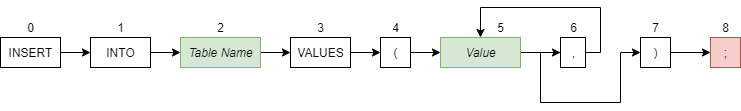
This is src/files/assets/helpscreen/InsertDiagram.png from DeliciousWaffle/MastersProject, a draw.io export, as it was before one commit. Source tidied: cells renumbered, new cells last; positions are measured from the earlier drawing's top-left corner, leaving out a move shared by most shapes. Its diagram source:
```xml
<mxGraphModel>
  <root>
    <mxCell id="0" />
    <mxCell id="1" parent="0" />
    <mxCell id="2" style="edgeStyle=orthogonalEdgeStyle;rounded=0;jettySize=auto;html=1;exitX=1;exitY=0.5;exitDx=0;exitDy=0;entryX=0;entryY=0.5;entryDx=0;entryDy=0;" parent="1" edge="1" source="3" target="6">
      <mxGeometry relative="1" as="geometry" />
    </mxCell>
    <mxCell id="3" value="INSERT" style="html=1;" parent="1" vertex="1">
      <mxGeometry y="30" width="60" height="30" as="geometry" />
    </mxCell>
    <mxCell id="4" value="0" style="text;html=1;align=center;verticalAlign=middle;" parent="1" vertex="1">
      <mxGeometry x="20" y="10" width="20" height="20" as="geometry" />
    </mxCell>
    <mxCell id="5" style="edgeStyle=orthogonalEdgeStyle;rounded=0;jettySize=auto;html=1;exitX=1;exitY=0.5;exitDx=0;exitDy=0;entryX=0;entryY=0.5;entryDx=0;entryDy=0;" parent="1" edge="1" source="6" target="9">
      <mxGeometry relative="1" as="geometry" />
    </mxCell>
    <mxCell id="6" value="INTO" style="html=1;" parent="1" vertex="1">
      <mxGeometry x="90" y="30" width="60" height="30" as="geometry" />
    </mxCell>
    <mxCell id="7" value="1" style="text;html=1;align=center;verticalAlign=middle;" parent="1" vertex="1">
      <mxGeometry x="110" y="10" width="20" height="20" as="geometry" />
    </mxCell>
    <mxCell id="8" style="edgeStyle=orthogonalEdgeStyle;rounded=0;jettySize=auto;html=1;exitX=1;exitY=0.5;exitDx=0;exitDy=0;entryX=0;entryY=0.5;entryDx=0;entryDy=0;" parent="1" edge="1" source="9" target="12">
      <mxGeometry relative="1" as="geometry" />
    </mxCell>
    <mxCell id="9" value="&lt;i&gt;Table Name&lt;/i&gt;" style="html=1;fillColor=#d5e8d4;strokeColor=#82b366;" parent="1" vertex="1">
      <mxGeometry x="180" y="30" width="80" height="30" as="geometry" />
    </mxCell>
    <mxCell id="10" value="2" style="text;html=1;align=center;verticalAlign=middle;" parent="1" vertex="1">
      <mxGeometry x="210" y="10" width="20" height="20" as="geometry" />
    </mxCell>
    <mxCell id="11" style="edgeStyle=orthogonalEdgeStyle;rounded=0;jettySize=auto;html=1;exitX=1;exitY=0.5;exitDx=0;exitDy=0;entryX=0;entryY=0.5;entryDx=0;entryDy=0;" parent="1" edge="1" source="12" target="15">
      <mxGeometry relative="1" as="geometry" />
    </mxCell>
    <mxCell id="12" value="VALUES" style="html=1;" parent="1" vertex="1">
      <mxGeometry x="290" y="30" width="60" height="30" as="geometry" />
    </mxCell>
    <mxCell id="13" value="3" style="text;html=1;align=center;verticalAlign=middle;" parent="1" vertex="1">
      <mxGeometry x="310" y="10" width="20" height="20" as="geometry" />
    </mxCell>
    <mxCell id="14" style="edgeStyle=orthogonalEdgeStyle;rounded=0;jettySize=auto;html=1;exitX=1;exitY=0.5;exitDx=0;exitDy=0;entryX=0;entryY=0.5;entryDx=0;entryDy=0;" parent="1" edge="1" source="15" target="18">
      <mxGeometry relative="1" as="geometry" />
    </mxCell>
    <mxCell id="15" value="(" style="html=1;" parent="1" vertex="1">
      <mxGeometry x="380" y="30" width="30" height="30" as="geometry" />
    </mxCell>
    <mxCell id="16" value="4" style="text;html=1;align=center;verticalAlign=middle;" parent="1" vertex="1">
      <mxGeometry x="385" y="10" width="20" height="20" as="geometry" />
    </mxCell>
    <mxCell id="17" style="edgeStyle=orthogonalEdgeStyle;rounded=0;jettySize=auto;html=1;exitX=1;exitY=0.5;exitDx=0;exitDy=0;entryX=0;entryY=0.5;entryDx=0;entryDy=0;" parent="1" edge="1" source="18" target="24">
      <mxGeometry relative="1" as="geometry" />
    </mxCell>
    <mxCell id="18" value="&lt;i&gt;Value&lt;/i&gt;" style="html=1;fillColor=#d5e8d4;strokeColor=#82b366;" parent="1" vertex="1">
      <mxGeometry x="440" y="30" width="80" height="30" as="geometry" />
    </mxCell>
    <mxCell id="19" value="5" style="text;html=1;align=center;verticalAlign=middle;" parent="1" vertex="1">
      <mxGeometry x="490" y="10" width="20" height="20" as="geometry" />
    </mxCell>
    <mxCell id="20" value=";" style="html=1;fillColor=#f8cecc;strokeColor=#b85450;" parent="1" vertex="1">
      <mxGeometry x="710" y="30" width="30" height="30" as="geometry" />
    </mxCell>
    <mxCell id="21" value="8" style="text;html=1;align=center;verticalAlign=middle;" parent="1" vertex="1">
      <mxGeometry x="715" y="10" width="20" height="20" as="geometry" />
    </mxCell>
    <mxCell id="22" style="edgeStyle=orthogonalEdgeStyle;rounded=0;jettySize=auto;html=1;exitX=1;exitY=0.5;exitDx=0;exitDy=0;entryX=0.5;entryY=0;entryDx=0;entryDy=0;" parent="1" edge="1" source="24" target="18">
      <mxGeometry relative="1" as="geometry">
        <Array as="points">
          <mxPoint x="600" y="45" />
          <mxPoint x="600" />
          <mxPoint x="480" />
        </Array>
      </mxGeometry>
    </mxCell>
    <mxCell id="23" style="edgeStyle=orthogonalEdgeStyle;rounded=0;jettySize=auto;html=1;exitX=1;exitY=0.5;exitDx=0;exitDy=0;entryX=0;entryY=0.5;entryDx=0;entryDy=0;" parent="1" edge="1" source="24" target="27">
      <mxGeometry relative="1" as="geometry">
        <Array as="points">
          <mxPoint x="540" y="45" />
          <mxPoint x="540" y="95" />
          <mxPoint x="620" y="95" />
          <mxPoint x="620" y="45" />
        </Array>
      </mxGeometry>
    </mxCell>
    <mxCell id="24" value="," style="html=1;" parent="1" vertex="1">
      <mxGeometry x="560" y="30" width="25" height="30" as="geometry" />
    </mxCell>
    <mxCell id="25" value="6" style="text;html=1;align=center;verticalAlign=middle;" parent="1" vertex="1">
      <mxGeometry x="562.5" y="10" width="20" height="20" as="geometry" />
    </mxCell>
    <mxCell id="26" style="edgeStyle=orthogonalEdgeStyle;rounded=0;jettySize=auto;html=1;exitX=1;exitY=0.5;exitDx=0;exitDy=0;entryX=0;entryY=0.5;entryDx=0;entryDy=0;" parent="1" edge="1" source="27" target="20">
      <mxGeometry relative="1" as="geometry" />
    </mxCell>
    <mxCell id="27" value=")" style="html=1;" parent="1" vertex="1">
      <mxGeometry x="640" y="30" width="30" height="30" as="geometry" />
    </mxCell>
    <mxCell id="28" value="7" style="text;html=1;align=center;verticalAlign=middle;" parent="1" vertex="1">
      <mxGeometry x="645" y="10" width="20" height="20" as="geometry" />
    </mxCell>
  </root>
</mxGraphModel>
```
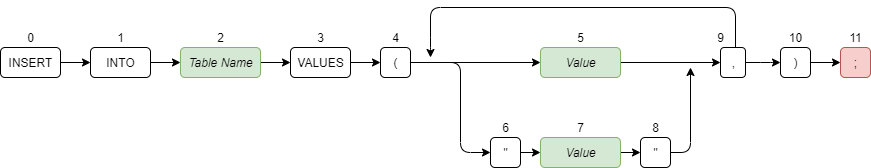
Later version of the same file.

What changed in the source:
```diff
@@ -2,99 +2,139 @@
   <root>
     <mxCell id="0" />
     <mxCell id="1" parent="0" />
-    <mxCell id="2" style="edgeStyle=orthogonalEdgeStyle;rounded=0;jettySize=auto;html=1;exitX=1;exitY=0.5;exitDx=0;exitDy=0;entryX=0;entryY=0.5;entryDx=0;entryDy=0;" parent="1" edge="1" source="3" target="6">
+    <mxCell id="2" style="edgeStyle=orthogonalEdgeStyle;jettySize=auto;html=1;exitX=1;exitY=0.5;exitDx=0;exitDy=0;entryX=0;entryY=0.5;entryDx=0;entryDy=0;" parent="1" edge="1" source="3" target="6">
       <mxGeometry relative="1" as="geometry" />
     </mxCell>
-    <mxCell id="3" value="INSERT" style="html=1;" parent="1" vertex="1">
+    <mxCell id="3" value="INSERT" style="html=1;rounded=1;" parent="1" vertex="1">
       <mxGeometry y="30" width="60" height="30" as="geometry" />
     </mxCell>
-    <mxCell id="4" value="0" style="text;html=1;align=center;verticalAlign=middle;" parent="1" vertex="1">
+    <mxCell id="4" value="0" style="text;html=1;align=center;verticalAlign=middle;rounded=1;" parent="1" vertex="1">
       <mxGeometry x="20" y="10" width="20" height="20" as="geometry" />
     </mxCell>
-    <mxCell id="5" style="edgeStyle=orthogonalEdgeStyle;rounded=0;jettySize=auto;html=1;exitX=1;exitY=0.5;exitDx=0;exitDy=0;entryX=0;entryY=0.5;entryDx=0;entryDy=0;" parent="1" edge="1" source="6" target="9">
+    <mxCell id="5" style="edgeStyle=orthogonalEdgeStyle;jettySize=auto;html=1;exitX=1;exitY=0.5;exitDx=0;exitDy=0;entryX=0;entryY=0.5;entryDx=0;entryDy=0;" parent="1" edge="1" source="6" target="9">
       <mxGeometry relative="1" as="geometry" />
     </mxCell>
-    <mxCell id="6" value="INTO" style="html=1;" parent="1" vertex="1">
+    <mxCell id="6" value="INTO" style="html=1;rounded=1;" parent="1" vertex="1">
       <mxGeometry x="90" y="30" width="60" height="30" as="geometry" />
     </mxCell>
-    <mxCell id="7" value="1" style="text;html=1;align=center;verticalAlign=middle;" parent="1" vertex="1">
+    <mxCell id="7" value="1" style="text;html=1;align=center;verticalAlign=middle;rounded=1;" parent="1" vertex="1">
       <mxGeometry x="110" y="10" width="20" height="20" as="geometry" />
     </mxCell>
-    <mxCell id="8" style="edgeStyle=orthogonalEdgeStyle;rounded=0;jettySize=auto;html=1;exitX=1;exitY=0.5;exitDx=0;exitDy=0;entryX=0;entryY=0.5;entryDx=0;entryDy=0;" parent="1" edge="1" source="9" target="12">
+    <mxCell id="8" style="edgeStyle=orthogonalEdgeStyle;jettySize=auto;html=1;exitX=1;exitY=0.5;exitDx=0;exitDy=0;entryX=0;entryY=0.5;entryDx=0;entryDy=0;" parent="1" edge="1" source="9" target="12">
       <mxGeometry relative="1" as="geometry" />
     </mxCell>
-    <mxCell id="9" value="&lt;i&gt;Table Name&lt;/i&gt;" style="html=1;fillColor=#d5e8d4;strokeColor=#82b366;" parent="1" vertex="1">
+    <mxCell id="9" value="&lt;i&gt;Table Name&lt;/i&gt;" style="html=1;fillColor=#d5e8d4;strokeColor=#82b366;rounded=1;" parent="1" vertex="1">
       <mxGeometry x="180" y="30" width="80" height="30" as="geometry" />
     </mxCell>
-    <mxCell id="10" value="2" style="text;html=1;align=center;verticalAlign=middle;" parent="1" vertex="1">
+    <mxCell id="10" value="2" style="text;html=1;align=center;verticalAlign=middle;rounded=1;" parent="1" vertex="1">
       <mxGeometry x="210" y="10" width="20" height="20" as="geometry" />
     </mxCell>
-    <mxCell id="11" style="edgeStyle=orthogonalEdgeStyle;rounded=0;jettySize=auto;html=1;exitX=1;exitY=0.5;exitDx=0;exitDy=0;entryX=0;entryY=0.5;entryDx=0;entryDy=0;" parent="1" edge="1" source="12" target="15">
+    <mxCell id="11" style="edgeStyle=orthogonalEdgeStyle;jettySize=auto;html=1;exitX=1;exitY=0.5;exitDx=0;exitDy=0;entryX=0;entryY=0.5;entryDx=0;entryDy=0;" parent="1" edge="1" source="12" target="15">
       <mxGeometry relative="1" as="geometry" />
     </mxCell>
-    <mxCell id="12" value="VALUES" style="html=1;" parent="1" vertex="1">
+    <mxCell id="12" value="VALUES" style="html=1;rounded=1;" parent="1" vertex="1">
       <mxGeometry x="290" y="30" width="60" height="30" as="geometry" />
     </mxCell>
-    <mxCell id="13" value="3" style="text;html=1;align=center;verticalAlign=middle;" parent="1" vertex="1">
+    <mxCell id="13" value="3" style="text;html=1;align=center;verticalAlign=middle;rounded=1;" parent="1" vertex="1">
       <mxGeometry x="310" y="10" width="20" height="20" as="geometry" />
     </mxCell>
-    <mxCell id="14" style="edgeStyle=orthogonalEdgeStyle;rounded=0;jettySize=auto;html=1;exitX=1;exitY=0.5;exitDx=0;exitDy=0;entryX=0;entryY=0.5;entryDx=0;entryDy=0;" parent="1" edge="1" source="15" target="18">
+    <mxCell id="14" style="edgeStyle=orthogonalEdgeStyle;jettySize=auto;html=1;exitX=1;exitY=0.5;exitDx=0;exitDy=0;entryX=0;entryY=0.5;entryDx=0;entryDy=0;" parent="1" edge="1" source="15" target="18">
       <mxGeometry relative="1" as="geometry" />
     </mxCell>
+    <mxCell id="29" style="edgeStyle=orthogonalEdgeStyle;rounded=1;jettySize=auto;html=1;exitX=1;exitY=0.5;exitDx=0;exitDy=0;entryX=0;entryY=0.5;entryDx=0;entryDy=0;" parent="1" edge="1" source="15" target="34">
+      <mxGeometry relative="1" as="geometry">
+        <Array as="points">
+          <mxPoint x="460" y="45" />
+        </Array>
+      </mxGeometry>
+    </mxCell>
-    <mxCell id="15" value="(" style="html=1;" parent="1" vertex="1">
+    <mxCell id="15" value="(" style="html=1;rounded=1;" parent="1" vertex="1">
       <mxGeometry x="380" y="30" width="30" height="30" as="geometry" />
     </mxCell>
-    <mxCell id="16" value="4" style="text;html=1;align=center;verticalAlign=middle;" parent="1" vertex="1">
+    <mxCell id="16" value="4" style="text;html=1;align=center;verticalAlign=middle;rounded=1;" parent="1" vertex="1">
       <mxGeometry x="385" y="10" width="20" height="20" as="geometry" />
     </mxCell>
-    <mxCell id="17" style="edgeStyle=orthogonalEdgeStyle;rounded=0;jettySize=auto;html=1;exitX=1;exitY=0.5;exitDx=0;exitDy=0;entryX=0;entryY=0.5;entryDx=0;entryDy=0;" parent="1" edge="1" source="18" target="24">
+    <mxCell id="17" style="edgeStyle=orthogonalEdgeStyle;jettySize=auto;html=1;exitX=1;exitY=0.5;exitDx=0;exitDy=0;entryX=0;entryY=0.5;entryDx=0;entryDy=0;" parent="1" edge="1" source="18" target="24">
       <mxGeometry relative="1" as="geometry" />
     </mxCell>
-    <mxCell id="18" value="&lt;i&gt;Value&lt;/i&gt;" style="html=1;fillColor=#d5e8d4;strokeColor=#82b366;" parent="1" vertex="1">
-      <mxGeometry x="440" y="30" width="80" height="30" as="geometry" />
+    <mxCell id="18" value="&lt;i&gt;Value&lt;/i&gt;" style="html=1;fillColor=#d5e8d4;strokeColor=#82b366;rounded=1;" parent="1" vertex="1">
+      <mxGeometry x="540" y="30" width="80" height="30" as="geometry" />
     </mxCell>
-    <mxCell id="19" value="5" style="text;html=1;align=center;verticalAlign=middle;" parent="1" vertex="1">
-      <mxGeometry x="490" y="10" width="20" height="20" as="geometry" />
+    <mxCell id="19" value="5" style="text;html=1;align=center;verticalAlign=middle;rounded=1;" parent="1" vertex="1">
+      <mxGeometry x="570" y="10" width="20" height="20" as="geometry" />
     </mxCell>
-    <mxCell id="20" value=";" style="html=1;fillColor=#f8cecc;strokeColor=#b85450;" parent="1" vertex="1">
-      <mxGeometry x="710" y="30" width="30" height="30" as="geometry" />
+    <mxCell id="20" value=";" style="html=1;fillColor=#f8cecc;strokeColor=#b85450;rounded=1;" parent="1" vertex="1">
+      <mxGeometry x="840" y="30" width="30" height="30" as="geometry" />
     </mxCell>
-    <mxCell id="21" value="8" style="text;html=1;align=center;verticalAlign=middle;" parent="1" vertex="1">
-      <mxGeometry x="715" y="10" width="20" height="20" as="geometry" />
+    <mxCell id="21" value="8" style="text;html=1;align=center;verticalAlign=middle;rounded=1;" parent="1" vertex="1">
+      <mxGeometry x="645" y="100" width="20" height="20" as="geometry" />
     </mxCell>
-    <mxCell id="22" style="edgeStyle=orthogonalEdgeStyle;rounded=0;jettySize=auto;html=1;exitX=1;exitY=0.5;exitDx=0;exitDy=0;entryX=0.5;entryY=0;entryDx=0;entryDy=0;" parent="1" edge="1" source="24" target="18">
-      <mxGeometry relative="1" as="geometry">
-        <Array as="points">
-          <mxPoint x="600" y="45" />
-          <mxPoint x="600" />
-          <mxPoint x="480" />
-        </Array>
-      </mxGeometry>
-    </mxCell>
-    <mxCell id="23" style="edgeStyle=orthogonalEdgeStyle;rounded=0;jettySize=auto;html=1;exitX=1;exitY=0.5;exitDx=0;exitDy=0;entryX=0;entryY=0.5;entryDx=0;entryDy=0;" parent="1" edge="1" source="24" target="27">
+    <mxCell id="23" style="edgeStyle=orthogonalEdgeStyle;jettySize=auto;html=1;exitX=1;exitY=0.5;exitDx=0;exitDy=0;entryX=0;entryY=0.5;entryDx=0;entryDy=0;" parent="1" edge="1" source="24" target="27">
       <mxGeometry relative="1" as="geometry">
         <Array as="points">
-          <mxPoint x="540" y="45" />
-          <mxPoint x="540" y="95" />
-          <mxPoint x="620" y="95" />
-          <mxPoint x="620" y="45" />
+          <mxPoint x="770" y="45" />
+          <mxPoint x="770" y="45" />
         </Array>
       </mxGeometry>
     </mxCell>
+    <mxCell id="30" style="edgeStyle=orthogonalEdgeStyle;rounded=1;jettySize=auto;html=1;exitX=1;exitY=0.5;exitDx=0;exitDy=0;" parent="1" edge="1" source="24">
+      <mxGeometry relative="1" as="geometry">
+        <mxPoint x="430" y="40" as="targetPoint" />
+        <Array as="points">
+          <mxPoint x="735" y="45" />
+          <mxPoint x="735" y="-10" />
+          <mxPoint x="430" y="-10" />
+          <mxPoint x="430" y="30" />
+        </Array>
+      </mxGeometry>
+    </mxCell>
-    <mxCell id="24" value="," style="html=1;" parent="1" vertex="1">
-      <mxGeometry x="560" y="30" width="25" height="30" as="geometry" />
+    <mxCell id="24" value="," style="html=1;rounded=1;" parent="1" vertex="1">
+      <mxGeometry x="720" y="30" width="25" height="30" as="geometry" />
     </mxCell>
-    <mxCell id="25" value="6" style="text;html=1;align=center;verticalAlign=middle;" parent="1" vertex="1">
-      <mxGeometry x="562.5" y="10" width="20" height="20" as="geometry" />
+    <mxCell id="25" value="6" style="text;html=1;align=center;verticalAlign=middle;rounded=1;" parent="1" vertex="1">
+      <mxGeometry x="495" y="100" width="20" height="20" as="geometry" />
     </mxCell>
-    <mxCell id="26" style="edgeStyle=orthogonalEdgeStyle;rounded=0;jettySize=auto;html=1;exitX=1;exitY=0.5;exitDx=0;exitDy=0;entryX=0;entryY=0.5;entryDx=0;entryDy=0;" parent="1" edge="1" source="27" target="20">
+    <mxCell id="26" style="edgeStyle=orthogonalEdgeStyle;jettySize=auto;html=1;exitX=1;exitY=0.5;exitDx=0;exitDy=0;entryX=0;entryY=0.5;entryDx=0;entryDy=0;" parent="1" edge="1" source="27" target="20">
       <mxGeometry relative="1" as="geometry" />
     </mxCell>
-    <mxCell id="27" value=")" style="html=1;" parent="1" vertex="1">
-      <mxGeometry x="640" y="30" width="30" height="30" as="geometry" />
+    <mxCell id="27" value=")" style="html=1;rounded=1;" parent="1" vertex="1">
+      <mxGeometry x="780" y="30" width="30" height="30" as="geometry" />
     </mxCell>
-    <mxCell id="28" value="7" style="text;html=1;align=center;verticalAlign=middle;" parent="1" vertex="1">
-      <mxGeometry x="645" y="10" width="20" height="20" as="geometry" />
+    <mxCell id="28" value="7" style="text;html=1;align=center;verticalAlign=middle;rounded=1;" parent="1" vertex="1">
+      <mxGeometry x="570" y="100" width="20" height="20" as="geometry" />
     </mxCell>
+    <mxCell id="31" style="edgeStyle=orthogonalEdgeStyle;rounded=0;jettySize=auto;html=1;exitX=1;exitY=0.5;exitDx=0;exitDy=0;entryX=0;entryY=0.5;entryDx=0;entryDy=0;" parent="1" edge="1" source="32" target="36">
+      <mxGeometry relative="1" as="geometry" />
+    </mxCell>
+    <mxCell id="32" value="&lt;i&gt;Value&lt;/i&gt;" style="html=1;fillColor=#d5e8d4;strokeColor=#82b366;rounded=1;" parent="1" vertex="1">
+      <mxGeometry x="540" y="120" width="80" height="30" as="geometry" />
+    </mxCell>
+    <mxCell id="33" style="edgeStyle=orthogonalEdgeStyle;rounded=0;jettySize=auto;html=1;exitX=1;exitY=0.5;exitDx=0;exitDy=0;entryX=0;entryY=0.5;entryDx=0;entryDy=0;" parent="1" edge="1" source="34" target="32">
+      <mxGeometry relative="1" as="geometry" />
+    </mxCell>
+    <mxCell id="34" value="&quot;" style="html=1;rounded=1;" parent="1" vertex="1">
+      <mxGeometry x="490" y="120" width="30" height="30" as="geometry" />
+    </mxCell>
+    <mxCell id="35" style="edgeStyle=orthogonalEdgeStyle;rounded=1;jettySize=auto;html=1;exitX=1;exitY=0.5;exitDx=0;exitDy=0;" parent="1" edge="1" source="36">
+      <mxGeometry relative="1" as="geometry">
+        <mxPoint x="690" y="50" as="targetPoint" />
+        <Array as="points">
+          <mxPoint x="690" y="135" />
+          <mxPoint x="690" y="50" />
+        </Array>
+      </mxGeometry>
+    </mxCell>
+    <mxCell id="36" value="&quot;" style="html=1;rounded=1;" parent="1" vertex="1">
+      <mxGeometry x="640" y="120" width="30" height="30" as="geometry" />
+    </mxCell>
+    <mxCell id="37" value="9" style="text;html=1;align=center;verticalAlign=middle;rounded=1;" parent="1" vertex="1">
+      <mxGeometry x="710" y="10" width="20" height="20" as="geometry" />
+    </mxCell>
+    <mxCell id="38" value="10" style="text;html=1;align=center;verticalAlign=middle;rounded=1;" parent="1" vertex="1">
+      <mxGeometry x="780" y="10" width="30" height="20" as="geometry" />
+    </mxCell>
+    <mxCell id="39" value="11" style="text;html=1;align=center;verticalAlign=middle;rounded=1;" parent="1" vertex="1">
+      <mxGeometry x="840" y="10" width="30" height="20" as="geometry" />
+    </mxCell>
   </root>
 </mxGraphModel>
```
